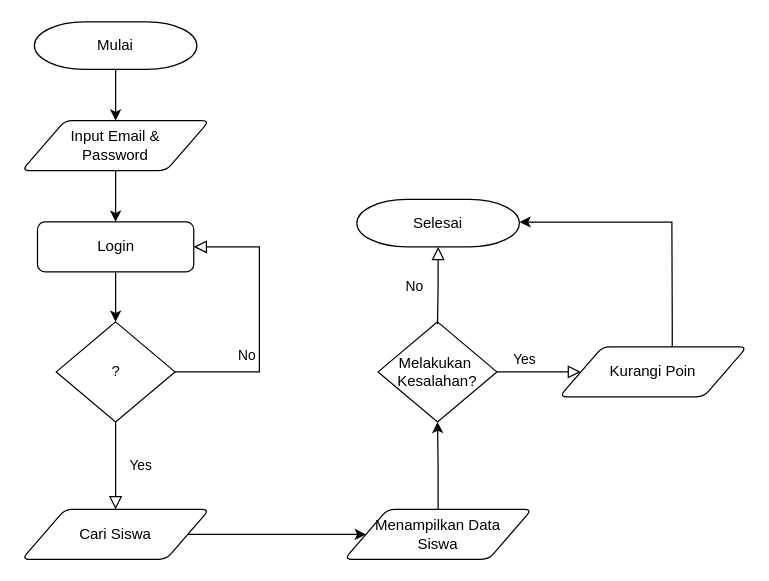
Earlier version of the draw.io diagram flowchart.drawio (sastafelishaa/sinponis). Source tidied: cells renumbered, new cells numbered last; positions are measured from the earlier drawing's top-left corner, leaving out a move shared by most shapes. Both pictures are drawn from the tidied source at 125%, with x=0, y=0 at pixel (21, 21).
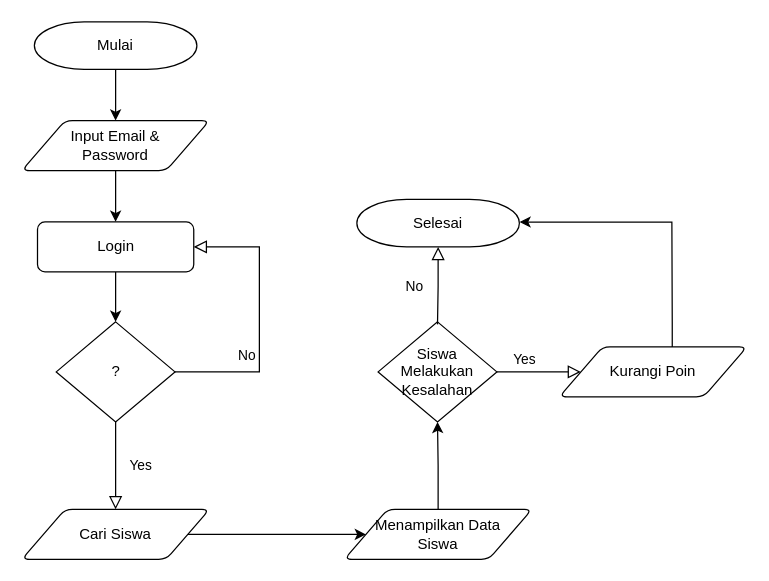
Above is the later version.

The edit, as a diff of the source:
```diff
@@
-    <mxCell id="15" value="Melakukan&amp;nbsp;&lt;div&gt;Kesalahan?&lt;/div&gt;" style="strokeWidth=1;html=1;shape=mxgraph.flowchart.decision;whiteSpace=wrap;" parent="1" vertex="1">
+    <mxCell id="15" value="Siswa Melakukan Kesalahan" style="strokeWidth=1;html=1;shape=mxgraph.flowchart.decision;whiteSpace=wrap;" parent="1" vertex="1">
       <mxGeometry x="285" y="240" width="95" height="80" as="geometry" />
     </mxCell>
```
